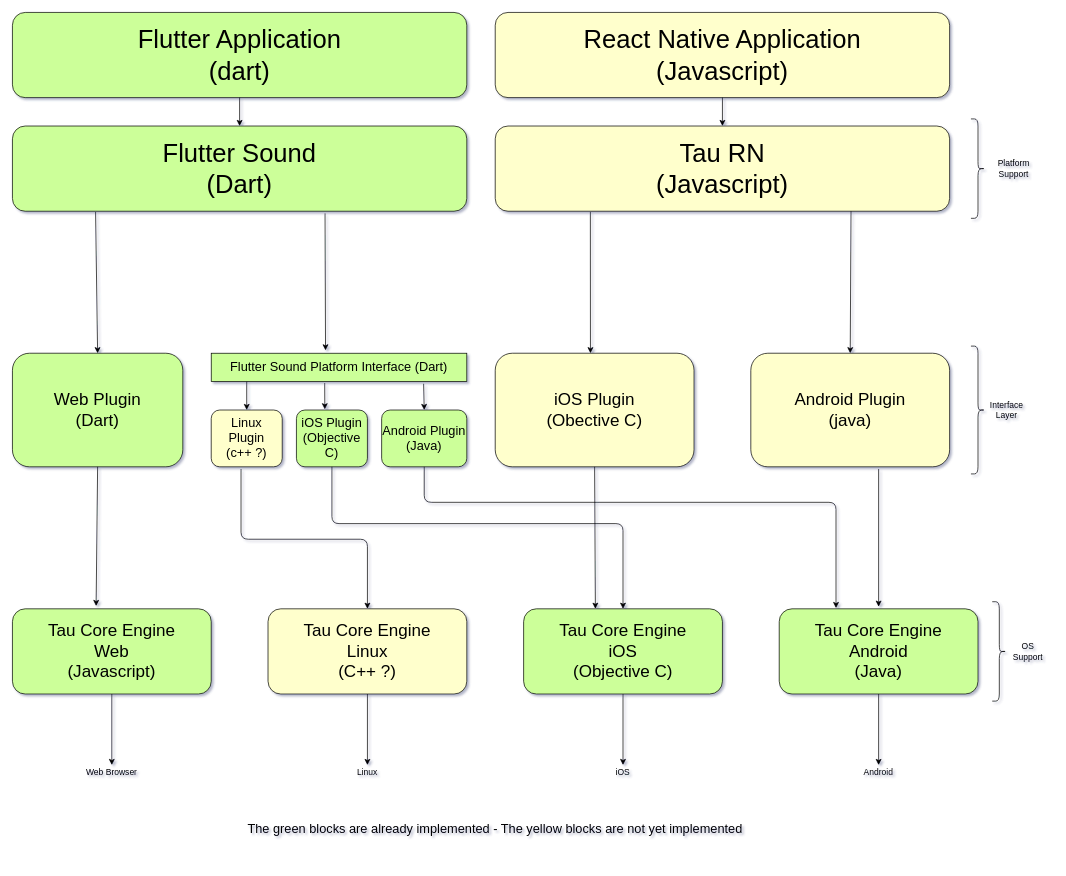
Before: doc/tau/architecture.drawio in Canardoux/flutter_sound, a draw.io diagram. Source tidied: cells renumbered, new cells numbered last; positions are measured from the earlier drawing's top-left corner, leaving out a move shared by most shapes. Both pictures are drawn from the tidied source at 71%, with x=0, y=0 at pixel (12, 12).
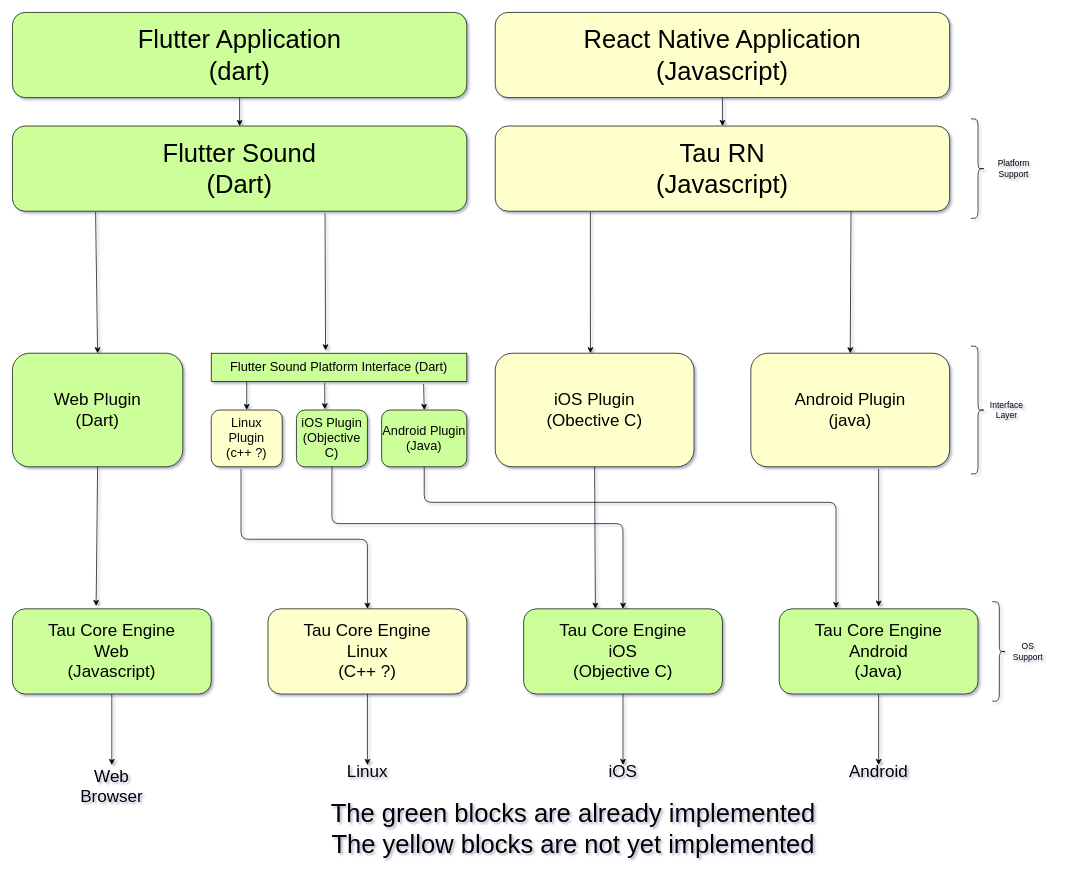
The same diagram, later.

Unchanged cells that the change refers to:
```xml
<mxCell id="7" value="&lt;font style=&quot;font-size: 24px&quot;&gt;Tau Core Engine&lt;br&gt;Web&lt;br&gt;(Javascript)&lt;/font&gt;" style="rounded=1;whiteSpace=wrap;html=1;fillColor=#CCFF99;" parent="1" vertex="1">
  <mxGeometry y="840" width="280" height="120" as="geometry" />
</mxCell>
```

What changed in the source:
```diff
@@
-    <mxCell id="6" style="edgeStyle=orthogonalEdgeStyle;rounded=0;jettySize=auto;html=1;exitX=0.5;exitY=1;exitDx=0;exitDy=0;entryX=0.5;entryY=0;entryDx=0;entryDy=0;" parent="1" edge="1" source="7" target="19">
-      <mxGeometry relative="1" as="geometry" />
+    <mxCell id="6" style="edgeStyle=orthogonalEdgeStyle;rounded=0;jettySize=auto;html=1;exitX=0.5;exitY=1;exitDx=0;exitDy=0;" parent="1" edge="1" source="7">
+      <mxGeometry relative="1" as="geometry">
+        <mxPoint x="140" y="1060" as="targetPoint" />
+      </mxGeometry>
     </mxCell>
@@
-    <mxCell id="18" value="&lt;font style=&quot;font-size: 18px&quot;&gt;The green blocks are already implemented - The yellow blocks are not yet implemented&lt;/font&gt;" style="text;html=1;strokeColor=none;fillColor=none;align=center;verticalAlign=middle;whiteSpace=wrap;rounded=0;" parent="1" vertex="1">
-      <mxGeometry x="280" y="1140" width="800" height="20" as="geometry" />
+    <mxCell id="18" value="&lt;font style=&quot;font-size: 36px&quot;&gt;The green blocks are already implemented&lt;br&gt;The yellow blocks are not yet implemented&lt;/font&gt;" style="text;html=1;strokeColor=none;fillColor=none;align=center;verticalAlign=middle;whiteSpace=wrap;rounded=0;" parent="1" vertex="1">
+      <mxGeometry x="280" y="1140" width="1020" height="20" as="geometry" />
     </mxCell>
-    <mxCell id="19" value="Web Browser" style="text;html=1;strokeColor=none;fillColor=none;align=center;verticalAlign=middle;whiteSpace=wrap;rounded=0;" parent="1" vertex="1">
-      <mxGeometry x="100" y="1060" width="80" height="20" as="geometry" />
+    <mxCell id="19" value="&lt;font style=&quot;font-size: 24px&quot;&gt;Web Browser&lt;/font&gt;" style="text;html=1;strokeColor=none;fillColor=none;align=center;verticalAlign=middle;whiteSpace=wrap;rounded=0;" parent="1" vertex="1">
+      <mxGeometry x="100" y="1080" width="80" height="20" as="geometry" />
     </mxCell>
@@
-    <mxCell id="21" value="Linux" style="text;html=1;strokeColor=none;fillColor=none;align=center;verticalAlign=middle;whiteSpace=wrap;rounded=0;" parent="1" vertex="1">
+    <mxCell id="21" value="&lt;font style=&quot;font-size: 24px&quot;&gt;Linux&lt;/font&gt;" style="text;html=1;strokeColor=none;fillColor=none;align=center;verticalAlign=middle;whiteSpace=wrap;rounded=0;" parent="1" vertex="1">
       <mxGeometry x="480" y="1060" width="40" height="20" as="geometry" />
     </mxCell>
@@
-    <mxCell id="24" value="iOS" style="text;html=1;strokeColor=none;fillColor=none;align=center;verticalAlign=middle;whiteSpace=wrap;rounded=0;" parent="1" vertex="1">
+    <mxCell id="24" value="&lt;font style=&quot;font-size: 24px&quot;&gt;iOS&lt;/font&gt;" style="text;html=1;strokeColor=none;fillColor=none;align=center;verticalAlign=middle;whiteSpace=wrap;rounded=0;" parent="1" vertex="1">
       <mxGeometry x="840" y="1060" width="40" height="20" as="geometry" />
     </mxCell>
-    <mxCell id="25" value="Android" style="text;html=1;strokeColor=none;fillColor=none;align=center;verticalAlign=middle;whiteSpace=wrap;rounded=0;" parent="1" vertex="1">
+    <mxCell id="25" value="&lt;font style=&quot;font-size: 24px&quot;&gt;Android&lt;/font&gt;" style="text;html=1;strokeColor=none;fillColor=none;align=center;verticalAlign=middle;whiteSpace=wrap;rounded=0;" parent="1" vertex="1">
       <mxGeometry x="1200" y="1060" width="40" height="20" as="geometry" />
     </mxCell>
```
